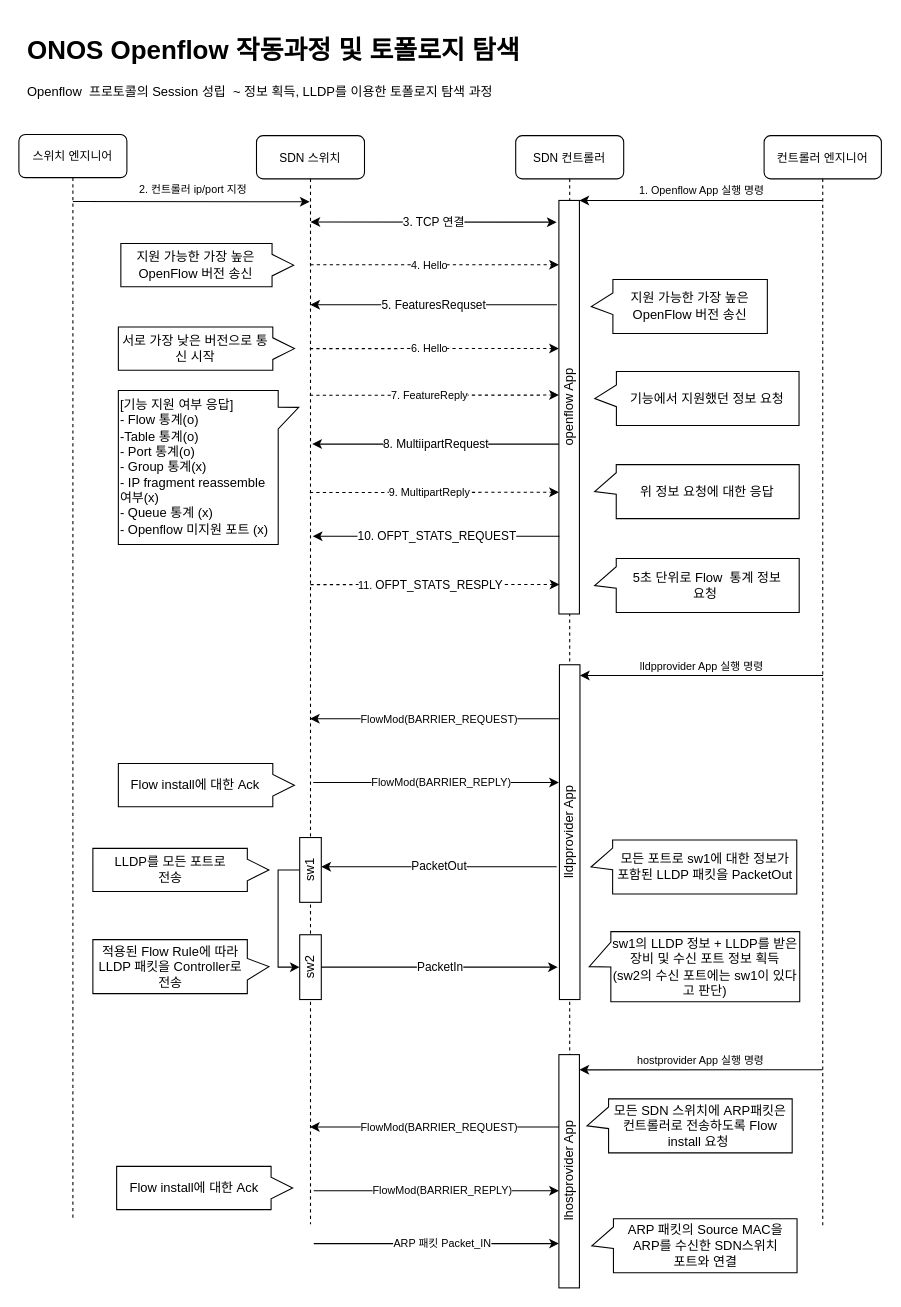
This is page "요약" (2 of 6) of ONOS OpenFlow initial.drawio from gameLoading/blank__-, a draw.io file, before an edit. Source tidied: cells renumbered, new cells numbered last; positions are measured from the earlier drawing's top-left corner, leaving out a move shared by most shapes. Both pictures are drawn from the tidied source at 108%, with x=0, y=0 at pixel (18, 29).
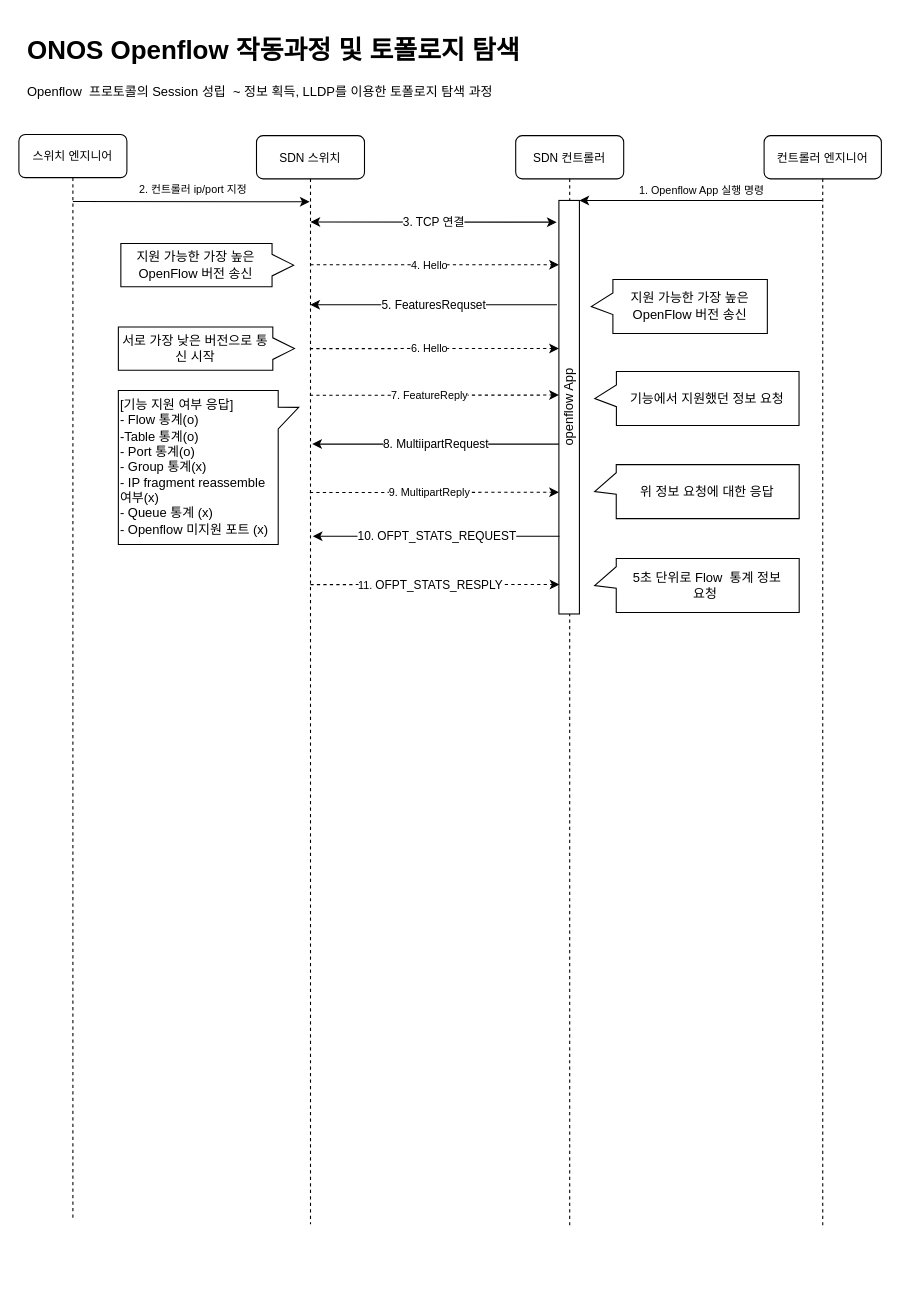
After the change.

The change refers to these unchanged cells:
```xml
<mxCell id="3" value="SDN 스위치" style="shape=umlLifeline;perimeter=lifelinePerimeter;shadow=0;strokeWidth=1;rounded=1;fontSize=11;" parent="1" vertex="1">
  <mxGeometry x="220" y="98.1" width="100" height="1007.9" as="geometry" />
</mxCell>
```

The edit, as a diff of the source:
```diff
@@
-    <mxCell id="4" value="sw2" style="rounded=0;whiteSpace=wrap;html=1;shadow=0;align=center;horizontal=0;" parent="3" vertex="1">
-      <mxGeometry x="40" y="739.9" width="20" height="60" as="geometry" />
-    </mxCell>
@@
-    <mxCell id="22" value="lldpprovider App" style="whiteSpace=wrap;html=1;rounded=0;glass=0;horizontal=0;align=center;arcSize=24;" parent="1" vertex="1">
-      <mxGeometry x="500.5" y="588" width="19" height="310" as="geometry" />
-    </mxCell>
-    <mxCell id="23" value="lldpprovider App 실행 명령" style="endArrow=classic;html=1;curved=1;entryX=1;entryY=0;entryDx=0;entryDy=0;fontSize=10;" parent="1" edge="1">
-      <mxGeometry y="-9" relative="1" as="geometry">
-        <mxPoint x="744.6" y="597.9" as="sourcePoint" />
-        <mxPoint x="519.5" y="598" as="targetPoint" />
-      </mxGeometry>
-    </mxCell>
-    <mxCell id="24" value="FlowMod(BARRIER_REQUEST)" style="endArrow=classic;html=1;curved=1;entryX=1;entryY=0;entryDx=0;entryDy=0;fontSize=10;" parent="1" edge="1">
-      <mxGeometry x="-0.04" relative="1" as="geometry">
-        <mxPoint x="500" y="638" as="sourcePoint" />
-        <mxPoint x="269.5" y="638" as="targetPoint" />
-      </mxGeometry>
-    </mxCell>
-    <mxCell id="25" value="FlowMod(BARRIER_REPLY)" style="endArrow=classic;html=1;curved=1;fontSize=10;exitX=0.525;exitY=0.734;exitDx=0;exitDy=0;exitPerimeter=0;" parent="1" edge="1">
-      <mxGeometry x="0.05" relative="1" as="geometry">
-        <mxPoint x="272.5" y="697.1" as="sourcePoint" />
-        <mxPoint x="500" y="697" as="targetPoint" />
-      </mxGeometry>
-    </mxCell>
-    <mxCell id="26" value="모든 SDN 스위치에 ARP패킷은 컨트롤러로 전송하도록 Flow install 요청&amp;nbsp;" style="shape=callout;whiteSpace=wrap;html=1;perimeter=calloutPerimeter;rounded=0;shadow=0;align=center;size=20;position=0.15;rotation=90;verticalAlign=middle;horizontal=0;base=20;" parent="1" vertex="1">
-      <mxGeometry x="596" y="920" width="50" height="190" as="geometry" />
-    </mxCell>
-    <mxCell id="27" value="Flow install에 대한 Ack" style="shape=callout;html=1;perimeter=calloutPerimeter;rounded=0;shadow=0;align=center;size=20;position=0.25;rotation=90;verticalAlign=middle;horizontal=0;whiteSpace=wrap;direction=east;flipV=1;flipH=1;" parent="1" vertex="1">
-      <mxGeometry x="153.6" y="618" width="40" height="163" as="geometry" />
-    </mxCell>
-    <mxCell id="28" value="모든 포트로 sw1에 대한 정보가 포함된 LLDP 패킷을 PacketOut" style="shape=callout;whiteSpace=wrap;html=1;perimeter=calloutPerimeter;rounded=0;shadow=0;align=center;size=20;position=0.15;rotation=90;verticalAlign=middle;horizontal=0;base=20;" parent="1" vertex="1">
-      <mxGeometry x="600" y="680" width="50" height="190.5" as="geometry" />
-    </mxCell>
-    <mxCell id="29" value="LLDP를 모든 포트로 &lt;br&gt;전송" style="shape=callout;html=1;perimeter=calloutPerimeter;rounded=0;shadow=0;align=center;size=20;position=0.25;rotation=90;verticalAlign=middle;horizontal=0;whiteSpace=wrap;direction=east;flipV=1;flipH=1;" parent="1" vertex="1">
-      <mxGeometry x="130" y="696.5" width="40" height="163" as="geometry" />
-    </mxCell>
-    <mxCell id="30" style="edgeStyle=orthogonalEdgeStyle;rounded=0;jettySize=auto;html=1;entryX=0;entryY=0.5;entryDx=0;entryDy=0;" parent="1" edge="1" source="31" target="4">
-      <mxGeometry relative="1" as="geometry">
-        <Array as="points">
-          <mxPoint x="240" y="778" />
-          <mxPoint x="240" y="868" />
-        </Array>
-      </mxGeometry>
-    </mxCell>
-    <mxCell id="31" value="sw1" style="rounded=0;whiteSpace=wrap;html=1;shadow=0;align=center;horizontal=0;" parent="1" vertex="1">
-      <mxGeometry x="260" y="748" width="20" height="60" as="geometry" />
-    </mxCell>
-    <mxCell id="32" value="PacketOut" style="endArrow=classic;html=1;" parent="1" edge="1">
-      <mxGeometry relative="1" as="geometry">
-        <mxPoint x="498" y="775" as="sourcePoint" />
-        <mxPoint x="280" y="775" as="targetPoint" />
-      </mxGeometry>
-    </mxCell>
-    <mxCell id="33" value="적용된 Flow Rule에 따라 LLDP 패킷을 Controller로 전송" style="shape=callout;html=1;perimeter=calloutPerimeter;rounded=0;shadow=0;align=center;size=20;position=0.25;rotation=90;verticalAlign=middle;horizontal=0;whiteSpace=wrap;direction=east;flipV=1;flipH=1;" parent="1" vertex="1">
-      <mxGeometry x="125" y="786" width="50" height="163" as="geometry" />
-    </mxCell>
-    <mxCell id="34" value="PacketIn" style="edgeStyle=orthogonalEdgeStyle;rounded=0;jettySize=auto;html=1;" parent="1" edge="1" source="4">
-      <mxGeometry relative="1" as="geometry">
-        <mxPoint x="499" y="868" as="targetPoint" />
-        <Array as="points">
-          <mxPoint x="499" y="868" />
-        </Array>
-      </mxGeometry>
-    </mxCell>
-    <mxCell id="35" value="sw1의 LLDP 정보 + LLDP를 받은 장비 및 수신 포트 정보 획득&lt;br&gt;(sw2의 수신 포트에는 sw1이 있다고 판단)" style="shape=callout;whiteSpace=wrap;html=1;perimeter=calloutPerimeter;rounded=0;shadow=0;align=center;size=20;position=0.15;rotation=90;verticalAlign=middle;horizontal=0;base=23;" parent="1" vertex="1">
-      <mxGeometry x="593.1" y="770.1" width="64.9" height="194.9" as="geometry" />
-    </mxCell>
@@
-    <mxCell id="38" value="lhostprovider App" style="whiteSpace=wrap;html=1;rounded=0;glass=0;horizontal=0;align=center;arcSize=24;" parent="1" vertex="1">
-      <mxGeometry x="500" y="949" width="19" height="216" as="geometry" />
-    </mxCell>
-    <mxCell id="39" value="hostprovider App 실행 명령" style="endArrow=classic;html=1;curved=1;entryX=1;entryY=0;entryDx=0;entryDy=0;fontSize=10;" parent="1" edge="1">
-      <mxGeometry y="-9" relative="1" as="geometry">
-        <mxPoint x="744.1" y="963" as="sourcePoint" />
-        <mxPoint x="519" y="963.1" as="targetPoint" />
-      </mxGeometry>
-    </mxCell>
-    <mxCell id="40" value="FlowMod(BARRIER_REQUEST)" style="endArrow=classic;html=1;curved=1;entryX=1;entryY=0;entryDx=0;entryDy=0;fontSize=10;" parent="1" edge="1">
-      <mxGeometry x="-0.04" relative="1" as="geometry">
-        <mxPoint x="500" y="1016" as="sourcePoint" />
-        <mxPoint x="269.5" y="1016" as="targetPoint" />
-      </mxGeometry>
-    </mxCell>
-    <mxCell id="41" value="FlowMod(BARRIER_REPLY)" style="endArrow=classic;html=1;curved=1;fontSize=10;" parent="1" edge="1">
-      <mxGeometry x="0.05" relative="1" as="geometry">
-        <mxPoint x="273" y="1075" as="sourcePoint" />
-        <mxPoint x="500" y="1075" as="targetPoint" />
-      </mxGeometry>
-    </mxCell>
-    <mxCell id="42" value="Flow install에 대한 Ack" style="shape=callout;html=1;perimeter=calloutPerimeter;rounded=0;shadow=0;align=center;size=20;position=0.25;rotation=90;verticalAlign=middle;horizontal=0;whiteSpace=wrap;direction=east;flipV=1;flipH=1;" parent="1" vertex="1">
-      <mxGeometry x="152" y="991" width="40" height="163" as="geometry" />
-    </mxCell>
-    <mxCell id="43" value="ARP 패킷 Packet_IN" style="endArrow=classic;html=1;curved=1;fontSize=10;" parent="1" edge="1">
-      <mxGeometry x="0.05" relative="1" as="geometry">
-        <mxPoint x="273" y="1124" as="sourcePoint" />
-        <mxPoint x="500" y="1124" as="targetPoint" />
-      </mxGeometry>
-    </mxCell>
-    <mxCell id="44" value="ARP 패킷의 Source MAC을 ARP를 수신한 SDN스위치 &lt;br&gt;포트와 연결" style="shape=callout;whiteSpace=wrap;html=1;perimeter=calloutPerimeter;rounded=0;shadow=0;align=center;size=20;position=0.15;rotation=90;verticalAlign=middle;horizontal=0;base=20;" parent="1" vertex="1">
-      <mxGeometry x="600.5" y="1031" width="50" height="190" as="geometry" />
-    </mxCell>
```
